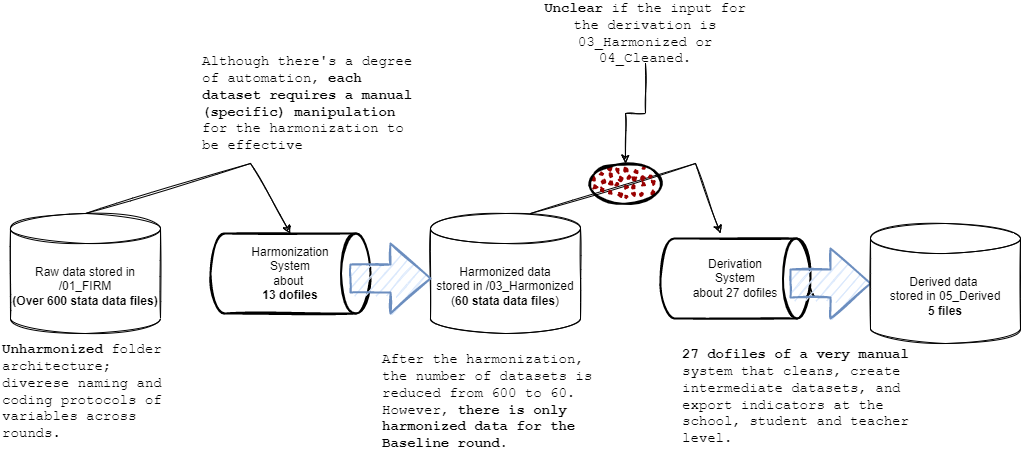
The draw.io diagram report/Untitled Diagram.drawio.png in araupontones/MLS_concept, before a commit. Source tidied: cells renumbered, new cells last; positions are measured from the earlier drawing's top-left corner, leaving out a move shared by most shapes.
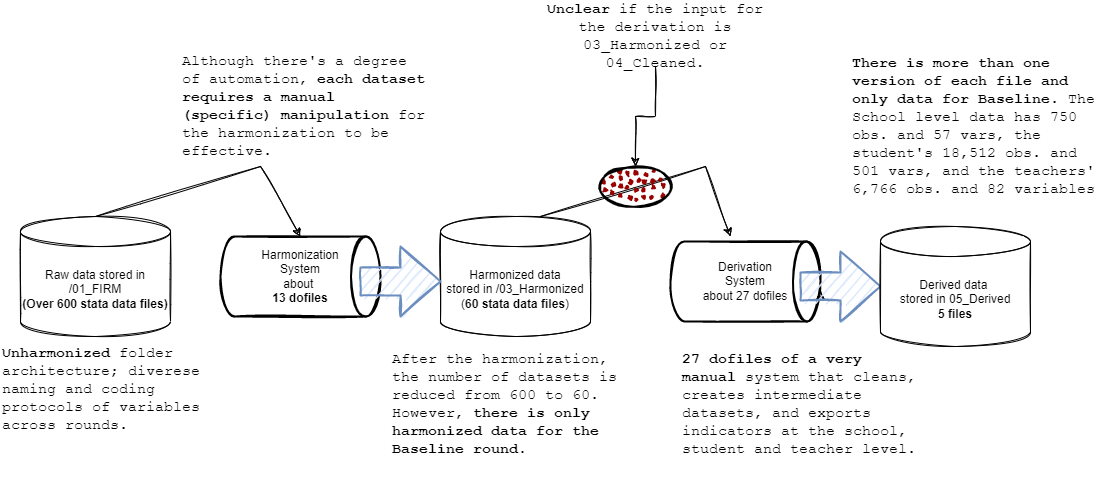
After the commit.

The edit, as a diff of the source:
```diff
@@ -15,8 +15,8 @@
     <mxCell id="4" value="Raw data stored in /01_FIRM&lt;br&gt;&lt;b&gt;(Over 600 stata data files)&lt;/b&gt;" style="shape=cylinder3;whiteSpace=wrap;html=1;boundedLbl=1;backgroundOutline=1;size=15;sketch=1;" parent="1" vertex="1">
       <mxGeometry x="10" y="210" width="150" height="120" as="geometry" />
     </mxCell>
-    <mxCell id="5" value="&lt;b&gt;Unharmonized&lt;/b&gt; folder architecture; diverese naming and coding protocols of variables across rounds." style="text;html=1;strokeColor=none;fillColor=none;align=left;verticalAlign=middle;whiteSpace=wrap;rounded=0;fontFamily=Courier New;fontSize=14;sketch=1;" parent="1" vertex="1">
-      <mxGeometry y="335" width="185" height="106" as="geometry" />
+    <mxCell id="5" value="&lt;font style=&quot;font-size: 15px&quot;&gt;&lt;b&gt;Unharmonized&lt;/b&gt; folder architecture; diverese naming and coding protocols of variables across rounds.&lt;/font&gt;" style="text;html=1;strokeColor=none;fillColor=none;align=left;verticalAlign=middle;whiteSpace=wrap;rounded=0;fontFamily=Courier New;fontSize=14;sketch=1;" parent="1" vertex="1">
+      <mxGeometry x="-10" y="330" width="210" height="106" as="geometry" />
     </mxCell>
     <mxCell id="6" value="Harmonized data&lt;br&gt;stored in /03_Harmonized&lt;br&gt;(&lt;b&gt;60 stata data files&lt;/b&gt;)" style="shape=cylinder3;whiteSpace=wrap;html=1;boundedLbl=1;backgroundOutline=1;size=15;sketch=1;" parent="1" vertex="1">
       <mxGeometry x="430" y="210" width="150" height="120" as="geometry" />
@@ -24,10 +24,10 @@
     <mxCell id="7" style="verticalLabelPosition=bottom;verticalAlign=top;html=1;strokeWidth=2;shape=mxgraph.arrows2.arrow;dy=0.6;dx=40;notch=0;labelBackgroundColor=#D5E8D4;fillColor=#dae8fc;strokeColor=#6c8ebf;sketch=1;" parent="1" vertex="1">
       <mxGeometry x="350" y="240" width="80" height="70" as="geometry" />
     </mxCell>
-    <mxCell id="8" value="Although there's a degree of automation, &lt;b&gt;each dataset requires a manual (specific) manipulation&lt;/b&gt; for the harmonization to be effective" style="text;html=1;strokeColor=none;fillColor=none;align=left;verticalAlign=middle;whiteSpace=wrap;rounded=0;fontFamily=Courier New;fontSize=14;sketch=1;" parent="1" vertex="1">
-      <mxGeometry x="200" y="40" width="220" height="120" as="geometry" />
+    <mxCell id="8" value="&lt;font style=&quot;font-size: 15px&quot;&gt;Although there's a degree of automation, &lt;b&gt;each dataset requires a manual (specific) manipulation&lt;/b&gt; for the harmonization to be effective.&lt;/font&gt;" style="text;html=1;strokeColor=none;fillColor=none;align=left;verticalAlign=middle;whiteSpace=wrap;rounded=0;fontFamily=Courier New;fontSize=14;sketch=1;" parent="1" vertex="1">
+      <mxGeometry x="170" y="40" width="250" height="120" as="geometry" />
     </mxCell>
-    <mxCell id="9" value="After the harmonization, the number of datasets is reduced from 600 to 60. However, &lt;b&gt;there is only harmonized data for the Baseline round.&lt;/b&gt;" style="text;html=1;strokeColor=none;fillColor=none;align=left;verticalAlign=middle;whiteSpace=wrap;rounded=0;fontFamily=Courier New;fontSize=14;sketch=1;" parent="1" vertex="1">
+    <mxCell id="9" value="&lt;font style=&quot;font-size: 15px&quot;&gt;After the harmonization, the number of datasets is reduced from 600 to 60. However, &lt;b&gt;there is only harmonized data for the Baseline round.&lt;/b&gt;&lt;/font&gt;" style="text;html=1;strokeColor=none;fillColor=none;align=left;verticalAlign=middle;whiteSpace=wrap;rounded=0;fontFamily=Courier New;fontSize=14;sketch=1;" parent="1" vertex="1">
       <mxGeometry x="380" y="330" width="230" height="136" as="geometry" />
     </mxCell>
     <mxCell id="10" value="&lt;span style=&quot;font-weight: normal&quot;&gt;Derivation&lt;br&gt;System&lt;br&gt;about 27 dofiles&lt;/span&gt;" style="strokeWidth=2;html=1;shape=mxgraph.flowchart.direct_data;align=center;verticalAlign=middle;whiteSpace=wrap;fontStyle=1;sketch=1;" parent="1" vertex="1">
@@ -54,14 +54,17 @@
     <mxCell id="15" style="edgeStyle=orthogonalEdgeStyle;rounded=0;jettySize=auto;html=1;sketch=1;" parent="1" edge="1" source="16" target="12">
       <mxGeometry relative="1" as="geometry" />
     </mxCell>
-    <mxCell id="16" value="&lt;b&gt;Unclear &lt;/b&gt;if the input for the derivation is 03_Harmonized or 04_Cleaned." style="text;html=1;strokeColor=none;fillColor=none;align=center;verticalAlign=middle;whiteSpace=wrap;rounded=0;fontFamily=Courier New;fontSize=14;sketch=1;" parent="1" vertex="1">
+    <mxCell id="16" value="&lt;font style=&quot;font-size: 15px&quot;&gt;&lt;b&gt;Unclear &lt;/b&gt;if the input for the derivation is 03_Harmonized or 04_Cleaned.&lt;/font&gt;" style="text;html=1;strokeColor=none;fillColor=none;align=center;verticalAlign=middle;whiteSpace=wrap;rounded=0;fontFamily=Courier New;fontSize=14;sketch=1;" parent="1" vertex="1">
       <mxGeometry x="530" width="230" height="60" as="geometry" />
     </mxCell>
     <mxCell id="17" value="Derived data&amp;nbsp;&lt;br&gt;stored in&amp;nbsp;05_Derived&lt;br&gt;&lt;b&gt;5 files&lt;/b&gt;" style="shape=cylinder3;whiteSpace=wrap;html=1;boundedLbl=1;backgroundOutline=1;size=15;sketch=1;" parent="1" vertex="1">
       <mxGeometry x="870" y="220" width="150" height="120" as="geometry" />
     </mxCell>
-    <mxCell id="18" value="&lt;b&gt;27&lt;/b&gt; &lt;b&gt;dofiles of a very manual&lt;/b&gt; system that cleans, create intermediate datasets, and export indicators at the school, student and teacher level." style="text;html=1;strokeColor=none;fillColor=none;align=left;verticalAlign=middle;whiteSpace=wrap;rounded=0;fontFamily=Courier New;fontSize=14;sketch=1;" parent="1" vertex="1">
-      <mxGeometry x="680" y="320" width="230" height="146" as="geometry" />
+    <mxCell id="18" value="&lt;font style=&quot;font-size: 15px&quot;&gt;&lt;b&gt;27&lt;/b&gt; &lt;b&gt;dofiles of a very manual&lt;/b&gt; system that cleans, creates intermediate datasets, and exports indicators at the school, student and teacher level.&lt;/font&gt;" style="text;html=1;strokeColor=none;fillColor=none;align=left;verticalAlign=middle;whiteSpace=wrap;rounded=0;fontFamily=Courier New;fontSize=14;sketch=1;" parent="1" vertex="1">
+      <mxGeometry x="670" y="325" width="240" height="146" as="geometry" />
     </mxCell>
+    <mxCell id="19" value="&lt;font style=&quot;font-size: 15px&quot;&gt;&lt;b&gt;There is more than one version of each file and only data for Baseline&lt;/b&gt;. The School level data has 750 obs. and 57 vars, the student's 18,512 obs. and 501 vars, and the teachers' 6,766 obs. and 82 variables&lt;/font&gt;" style="text;html=1;strokeColor=none;fillColor=none;align=left;verticalAlign=middle;whiteSpace=wrap;rounded=0;fontFamily=Courier New;fontSize=14;sketch=1;" parent="1" vertex="1">
+      <mxGeometry x="840" y="30" width="260" height="180" as="geometry" />
+    </mxCell>
   </root>
 </mxGraphModel>
```
